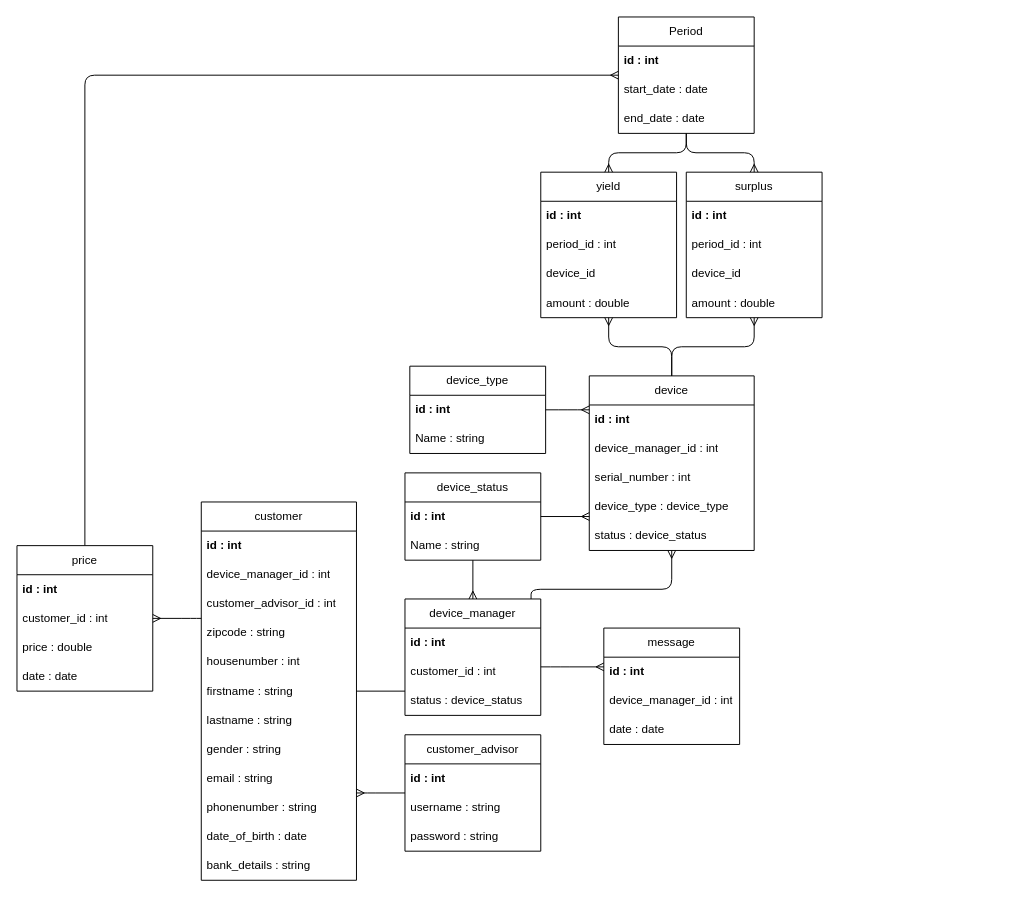
Above: diagrams/ERD/ERD.drawio in JochemGrootherder/educom-ecopowrrr (draw.io), before the change. Source tidied: cells renumbered, new cells numbered last; positions are measured from the earlier drawing's top-left corner, leaving out a move shared by most shapes. Both pictures are drawn from the tidied source at 97%, with x=0, y=0 at pixel (16, 16).
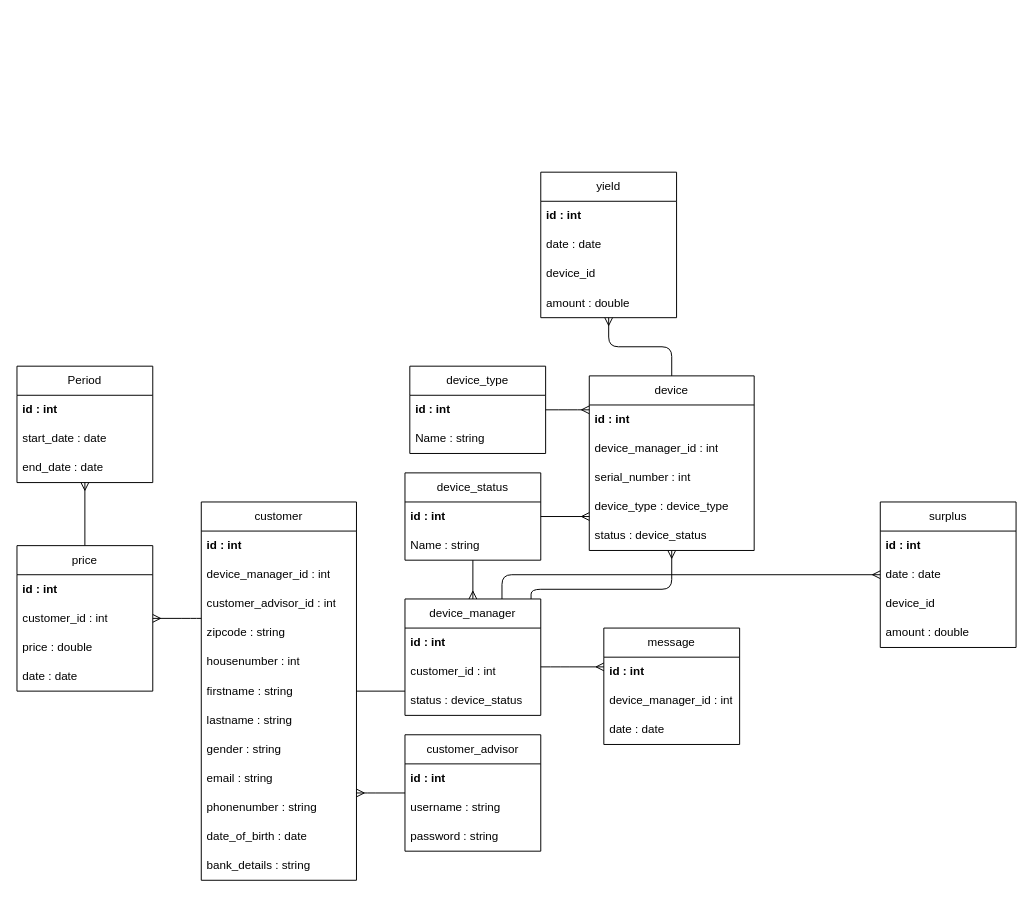
The same page after the edit.

Unchanged cells that the change refers to:
```xml
<mxCell id="9" value="device_manager" style="swimlane;fontStyle=0;horizontal=1;startSize=30;whiteSpace=wrap;html=1;fontSize=12;" parent="1" vertex="1">
  <mxGeometry x="400" y="600" width="140" height="120" as="geometry" />
</mxCell>
<mxCell id="18" value="device" style="swimlane;fontStyle=0;horizontal=1;startSize=30;whiteSpace=wrap;html=1;fontSize=12;" parent="1" vertex="1">
  <mxGeometry x="590" y="370" width="170" height="180" as="geometry" />
</mxCell>
<mxCell id="49" value="yield" style="swimlane;fontStyle=0;horizontal=1;startSize=30;whiteSpace=wrap;html=1;fontSize=12;" parent="1" vertex="1">
  <mxGeometry x="540" y="160" width="140" height="150" as="geometry" />
</mxCell>
<mxCell id="60" value="price" style="swimlane;fontStyle=0;horizontal=1;startSize=30;whiteSpace=wrap;html=1;fontSize=12;" parent="1" vertex="1">
  <mxGeometry y="545" width="140" height="150" as="geometry" />
</mxCell>
```

The edit, as a diff of the source:
```diff
@@
-    <mxCell id="16" style="edgeStyle=orthogonalEdgeStyle;html=1;startArrow=none;startFill=0;endArrow=ERmany;endFill=0;" parent="1" edge="1" source="18" target="54">
-      <mxGeometry relative="1" as="geometry" />
+    <mxCell id="16" style="edgeStyle=orthogonalEdgeStyle;html=1;startArrow=none;startFill=0;endArrow=ERmany;endFill=0;" parent="1" edge="1" source="9" target="54">
+      <mxGeometry relative="1" as="geometry">
+        <Array as="points">
+          <mxPoint x="500" y="575" />
+        </Array>
+      </mxGeometry>
     </mxCell>
@@
-    <mxCell id="51" value="period_id : int" style="text;strokeColor=none;fillColor=none;align=left;verticalAlign=middle;spacingLeft=4;spacingRight=4;overflow=hidden;whiteSpace=wrap;html=1;fontSize=12;fontStyle=0;" parent="49" vertex="1">
+    <mxCell id="51" value="date : date" style="text;strokeColor=none;fillColor=none;align=left;verticalAlign=middle;spacingLeft=4;spacingRight=4;overflow=hidden;whiteSpace=wrap;html=1;fontSize=12;fontStyle=0;" parent="49" vertex="1">
       <mxGeometry y="60" width="140" height="30" as="geometry" />
     </mxCell>
@@
     <mxCell id="54" value="surplus" style="swimlane;fontStyle=0;horizontal=1;startSize=30;whiteSpace=wrap;html=1;fontSize=12;" parent="1" vertex="1">
-      <mxGeometry x="690" y="160" width="140" height="150" as="geometry" />
+      <mxGeometry x="890" y="500" width="140" height="150" as="geometry" />
     </mxCell>
@@
-    <mxCell id="56" value="period_id : int" style="text;strokeColor=none;fillColor=none;align=left;verticalAlign=middle;spacingLeft=4;spacingRight=4;overflow=hidden;whiteSpace=wrap;html=1;fontSize=12;fontStyle=0;" parent="54" vertex="1">
+    <mxCell id="56" value="date : date" style="text;strokeColor=none;fillColor=none;align=left;verticalAlign=middle;spacingLeft=4;spacingRight=4;overflow=hidden;whiteSpace=wrap;html=1;fontSize=12;fontStyle=0;" parent="54" vertex="1">
       <mxGeometry y="60" width="140" height="30" as="geometry" />
     </mxCell>
@@
     <mxCell id="59" style="edgeStyle=orthogonalEdgeStyle;html=1;startArrow=none;startFill=0;endArrow=ERmany;endFill=0;" parent="1" edge="1" source="60" target="67">
-      <mxGeometry relative="1" as="geometry">
-        <Array as="points">
-          <mxPoint x="70" y="60" />
-        </Array>
-      </mxGeometry>
+      <mxGeometry relative="1" as="geometry" />
     </mxCell>
@@
-    <mxCell id="65" style="edgeStyle=orthogonalEdgeStyle;html=1;startArrow=none;startFill=0;endArrow=ERmany;endFill=0;" parent="1" edge="1" source="67" target="54">
-      <mxGeometry relative="1" as="geometry" />
-    </mxCell>
-    <mxCell id="66" style="edgeStyle=orthogonalEdgeStyle;html=1;startArrow=none;startFill=0;endArrow=ERmany;endFill=0;" parent="1" edge="1" source="67" target="49">
-      <mxGeometry relative="1" as="geometry" />
-    </mxCell>
     <mxCell id="67" value="Period" style="swimlane;fontStyle=0;horizontal=1;startSize=30;whiteSpace=wrap;html=1;fontSize=12;" parent="1" vertex="1">
-      <mxGeometry x="620" width="140" height="120" as="geometry" />
+      <mxGeometry y="360" width="140" height="120" as="geometry" />
     </mxCell>
```
